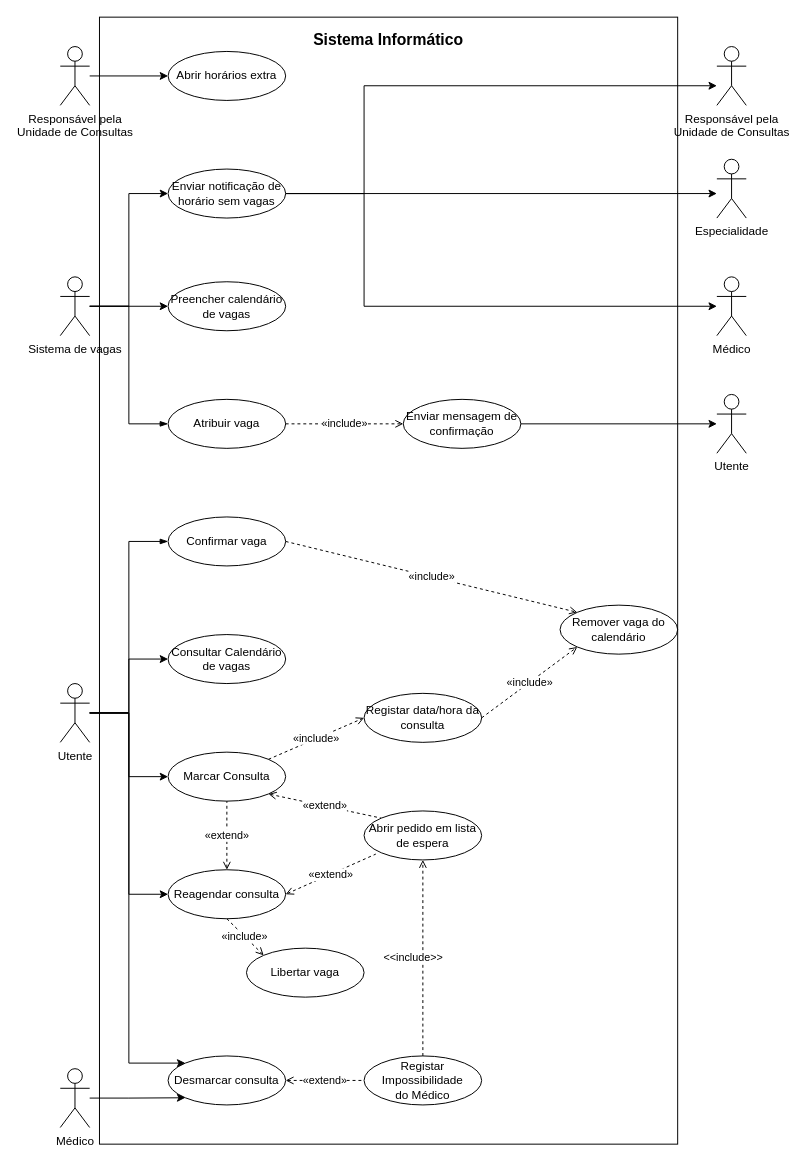
This is page "Gestão de Vagas" (5 of 7) of 1. Diagramas de Use Cases.drawio from carlan92/Hospital_Management_System, a draw.io file, before an edit. Source tidied: cells renumbered, new cells numbered last; positions are measured from the earlier drawing's top-left corner, leaving out a move shared by most shapes. Both pictures are drawn from the tidied source at 98%, with x=0, y=0 at pixel (60, 17).
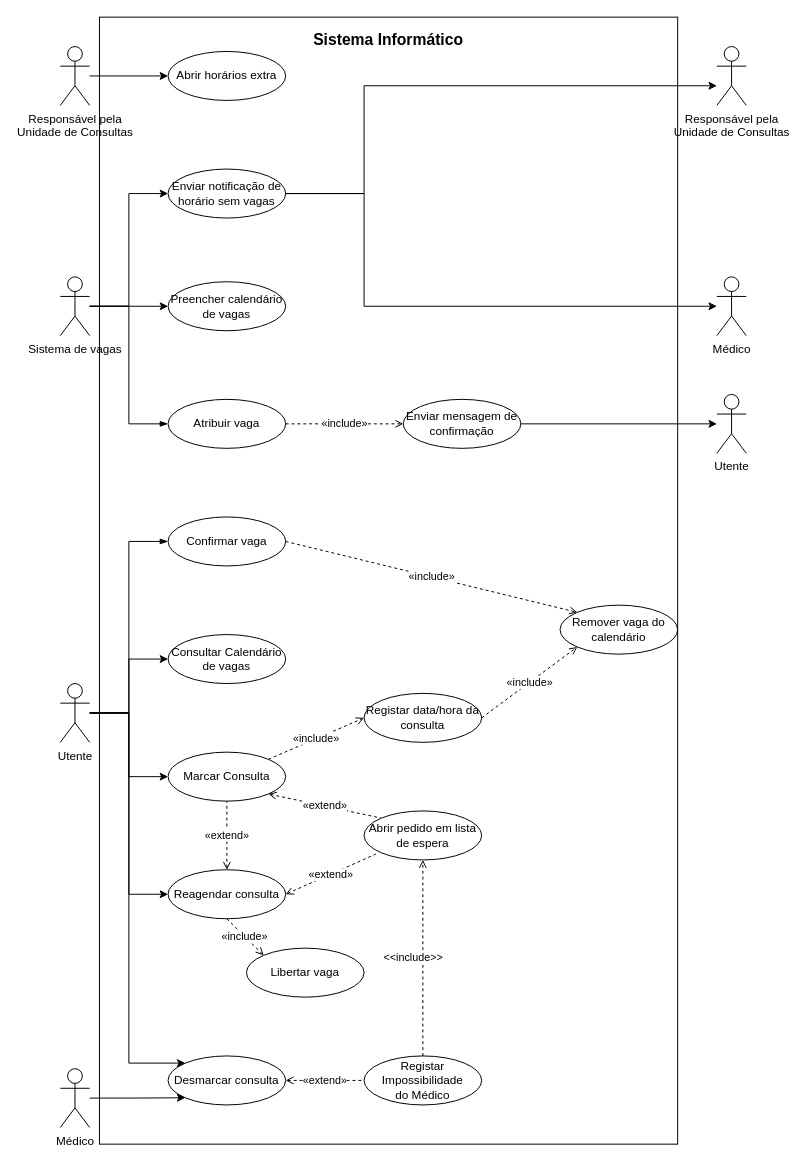
Above is the later version.

Unchanged cells that the change refers to:
```xml
<mxCell id="9" value="Enviar notificação de horário sem vagas" style="ellipse;whiteSpace=wrap;html=1;" parent="1" vertex="1">
  <mxGeometry x="110" y="155" width="120" height="50" as="geometry" />
</mxCell>
```

Change to the diagram source:
```diff
@@
-    <mxCell id="7" style="edgeStyle=orthogonalEdgeStyle;rounded=0;jettySize=auto;html=1;" parent="1" edge="1" source="9" target="12">
-      <mxGeometry relative="1" as="geometry">
-        <Array as="points">
-          <mxPoint x="280" y="180" />
-          <mxPoint x="280" y="180" />
-        </Array>
-      </mxGeometry>
-    </mxCell>
@@
-    <mxCell id="12" value="Especialidade" style="shape=umlActor;verticalLabelPosition=bottom;verticalAlign=top;html=1;outlineConnect=0;" parent="1" vertex="1">
-      <mxGeometry x="670" y="145" width="30" height="60" as="geometry" />
-    </mxCell>
```
